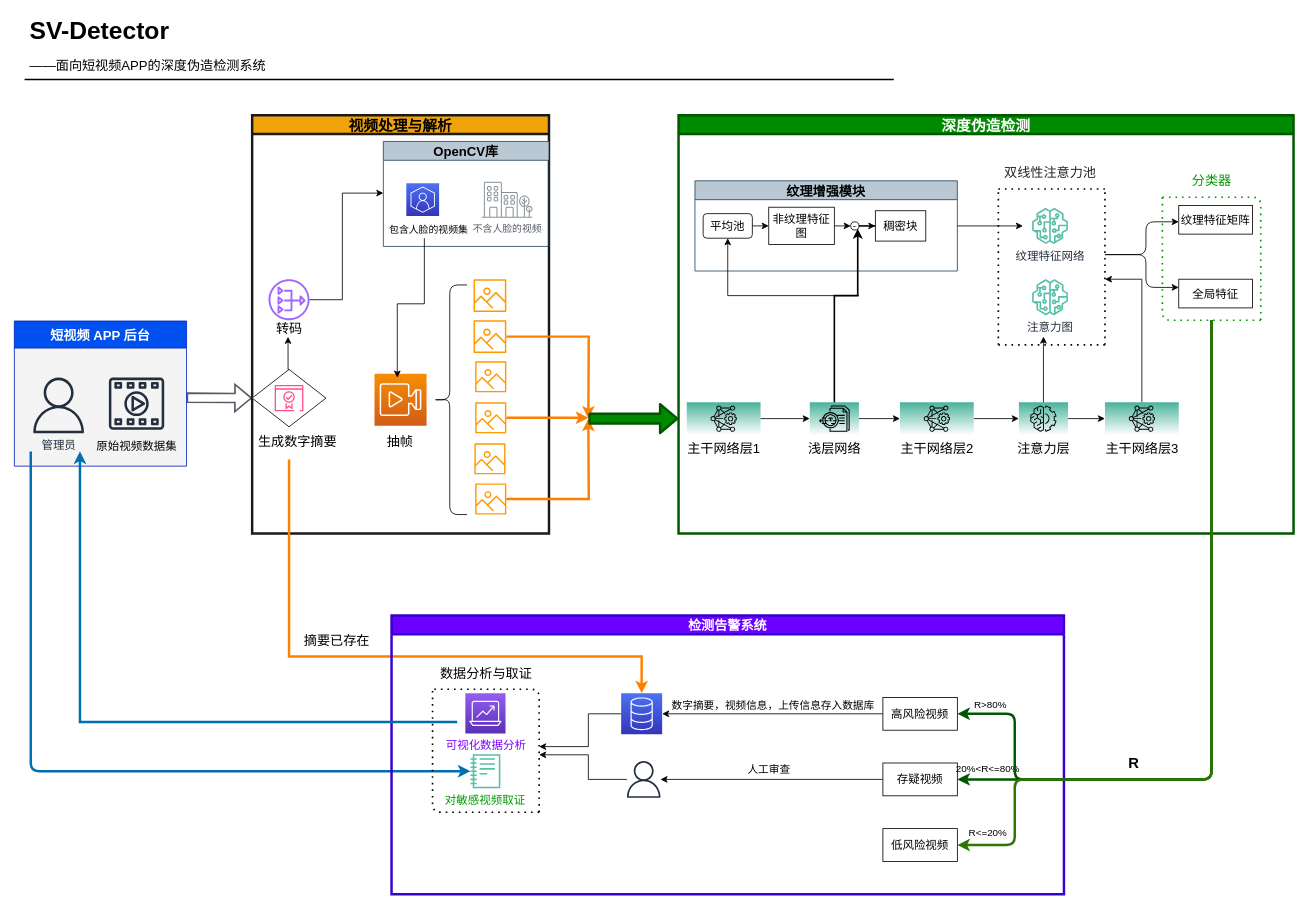
epc314/hello-world keeps this draw.io diagram as Untitled Diagram.drawio. Above is the earlier version. Source tidied: cells renumbered, new cells numbered last; positions are measured from the earlier drawing's top-left corner, leaving out a move shared by most shapes. Both pictures are drawn from the tidied source at 82%, with x=0, y=0 at pixel (14, 13).
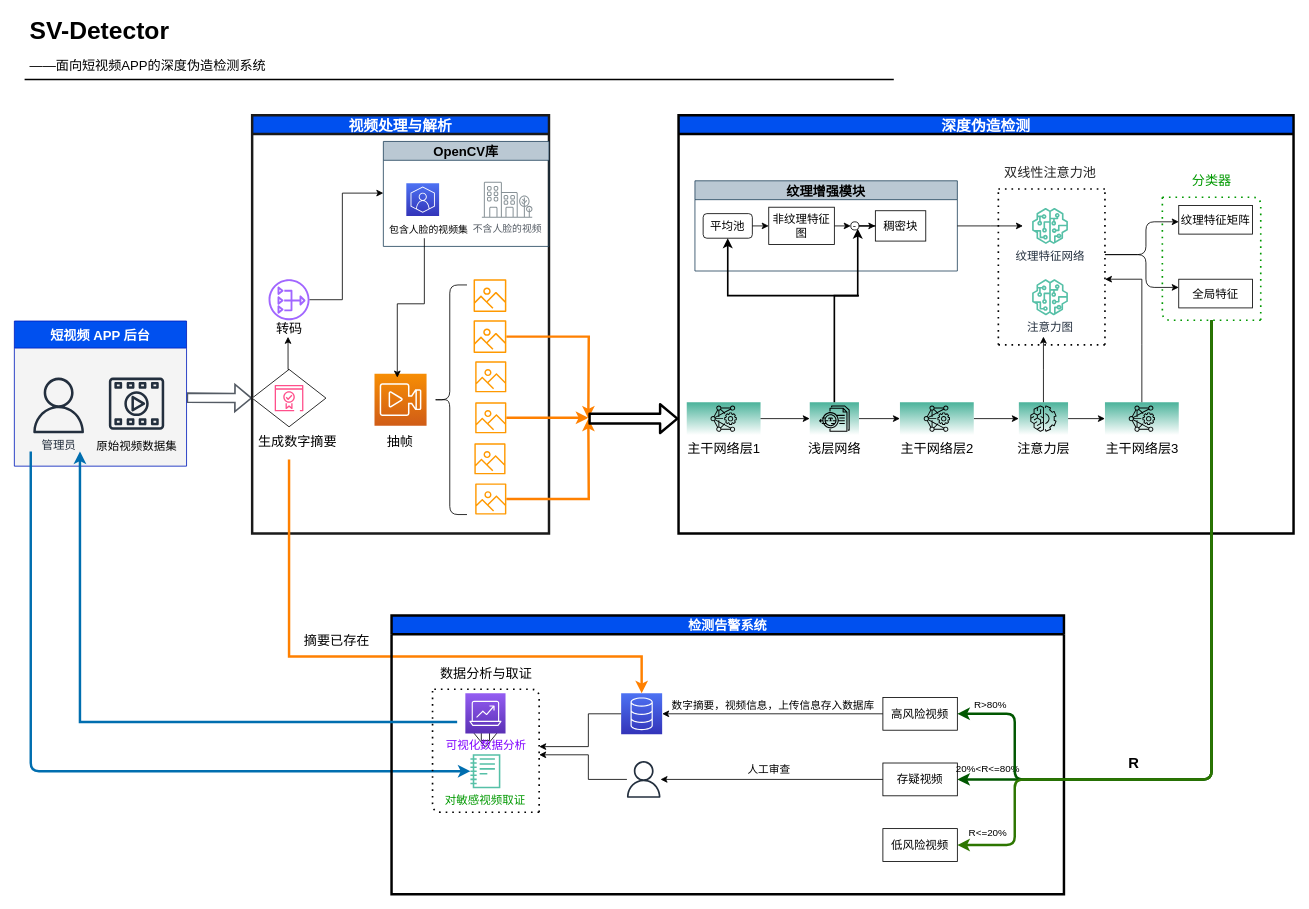
After the change.

Unchanged cells that the change refers to:
```xml
<mxCell id="48" value="&lt;font style=&quot;font-size: 14px&quot;&gt;平均池&lt;/font&gt;" style="rounded=1;whiteSpace=wrap;html=1;" parent="47" vertex="1">
  <mxGeometry x="10" y="40" width="60" height="30" as="geometry" />
</mxCell>
<mxCell id="88" value="&lt;font style=&quot;font-size: 14px&quot; color=&quot;#7f00ff&quot;&gt;可视化数据分析&lt;/font&gt;" style="sketch=0;points=[[0,0,0],[0.25,0,0],[0.5,0,0],[0.75,0,0],[1,0,0],[0,1,0],[0.25,1,0],[0.5,1,0],[0.75,1,0],[1,1,0],[0,0.25,0],[0,0.5,0],[0,0.75,0],[1,0.25,0],[1,0.5,0],[1,0.75,0]];outlineConnect=0;fontColor=#232F3E;gradientColor=#945DF2;gradientDirection=north;fillColor=#5A30B5;strokeColor=#ffffff;dashed=0;verticalLabelPosition=bottom;verticalAlign=top;align=center;html=1;fontSize=12;fontStyle=0;shape=mxgraph.aws4.resourceIcon;resIcon=mxgraph.aws4.analytics;" parent="75" vertex="1">
  <mxGeometry x="90" y="95" width="49" height="49" as="geometry" />
</mxCell>
<mxCell id="89" value="&lt;font style=&quot;font-size: 14px&quot; color=&quot;#009900&quot;&gt;对敏感视频取证&lt;/font&gt;" style="sketch=0;outlineConnect=0;fontColor=#232F3E;gradientColor=none;fillColor=#56C0A7;strokeColor=none;dashed=0;verticalLabelPosition=bottom;verticalAlign=top;align=center;html=1;fontSize=12;fontStyle=0;shape=mxgraph.aws4.sagemaker_notebook;" parent="75" vertex="1">
  <mxGeometry x="96.2" y="169.1" width="36.5" height="41.9" as="geometry" />
</mxCell>
```

Diff of the diagram source:
```diff
@@
-    <mxCell id="11" value="视频处理与解析" style="swimlane;fillColor=#f0a30a;strokeColor=#1A1A1A;fontColor=#000000;strokeWidth=3;fontSize=18;" parent="1" vertex="1">
+    <mxCell id="11" value="视频处理与解析" style="swimlane;fillColor=#0050ef;strokeColor=#1A1A1A;fontColor=#FFFFFF;strokeWidth=3;fontSize=18;" parent="1" vertex="1">
       <mxGeometry x="290" y="124" width="362" height="510" as="geometry" />
     </mxCell>
@@
-    <mxCell id="37" value="深度伪造检测" style="swimlane;fillColor=#008a00;strokeColor=#005700;fontColor=#ffffff;strokeWidth=3;fontSize=18;" parent="1" vertex="1">
+    <mxCell id="37" value="深度伪造检测" style="swimlane;fillColor=#0050EF;strokeColor=#000000;fontColor=#ffffff;strokeWidth=3;fontSize=18;" parent="1" vertex="1">
       <mxGeometry x="810" y="124" width="750" height="510" as="geometry" />
     </mxCell>
@@
-    <mxCell id="55" style="edgeStyle=orthogonalEdgeStyle;rounded=0;jettySize=auto;html=1;entryX=0.5;entryY=1;entryDx=0;entryDy=0;" parent="37" edge="1" target="48">
+    <mxCell id="55" style="edgeStyle=orthogonalEdgeStyle;rounded=0;jettySize=auto;html=1;entryX=0.5;entryY=1;entryDx=0;entryDy=0;strokeWidth=2;" parent="37" edge="1" target="48">
       <mxGeometry relative="1" as="geometry">
         <mxPoint x="220" y="220" as="sourcePoint" />
         <Array as="points">
           <mxPoint x="60" y="220" />
         </Array>
       </mxGeometry>
     </mxCell>
@@
-    <mxCell id="75" value="检测告警系统" style="swimlane;startSize=23;fillColor=#6a00ff;strokeColor=#3700CC;fontColor=#ffffff;fontSize=16;strokeWidth=3;" parent="1" vertex="1">
+    <mxCell id="75" value="检测告警系统" style="swimlane;startSize=23;fillColor=#0050EF;strokeColor=#000000;fontColor=#ffffff;fontSize=16;strokeWidth=3;" parent="1" vertex="1">
       <mxGeometry x="460" y="734" width="820" height="340" as="geometry" />
     </mxCell>
@@
+    <mxCell id="101" style="edgeStyle=none;shape=flexArrow;curved=1;rounded=0;jettySize=auto;html=1;fontColor=#FFFFFF;endArrow=open;sourcePerimeterSpacing=8;targetPerimeterSpacing=8;strokeColor=#000000;fillColor=none;" parent="75" edge="1" source="88" target="89">
+      <mxGeometry relative="1" as="geometry" />
+    </mxCell>
@@
-    <mxCell id="100" style="shape=flexArrow;endArrow=classic;html=1;strokeColor=#005700;strokeWidth=3;fillColor=#008a00;" parent="1" edge="1">
+    <mxCell id="100" style="shape=flexArrow;endArrow=classic;html=1;strokeColor=default;strokeWidth=3;fillColor=none;" parent="1" edge="1">
       <mxGeometry relative="1" as="geometry">
         <mxPoint x="700" y="494" as="sourcePoint" />
         <mxPoint x="810" y="494" as="targetPoint" />
       </mxGeometry>
     </mxCell>
```
